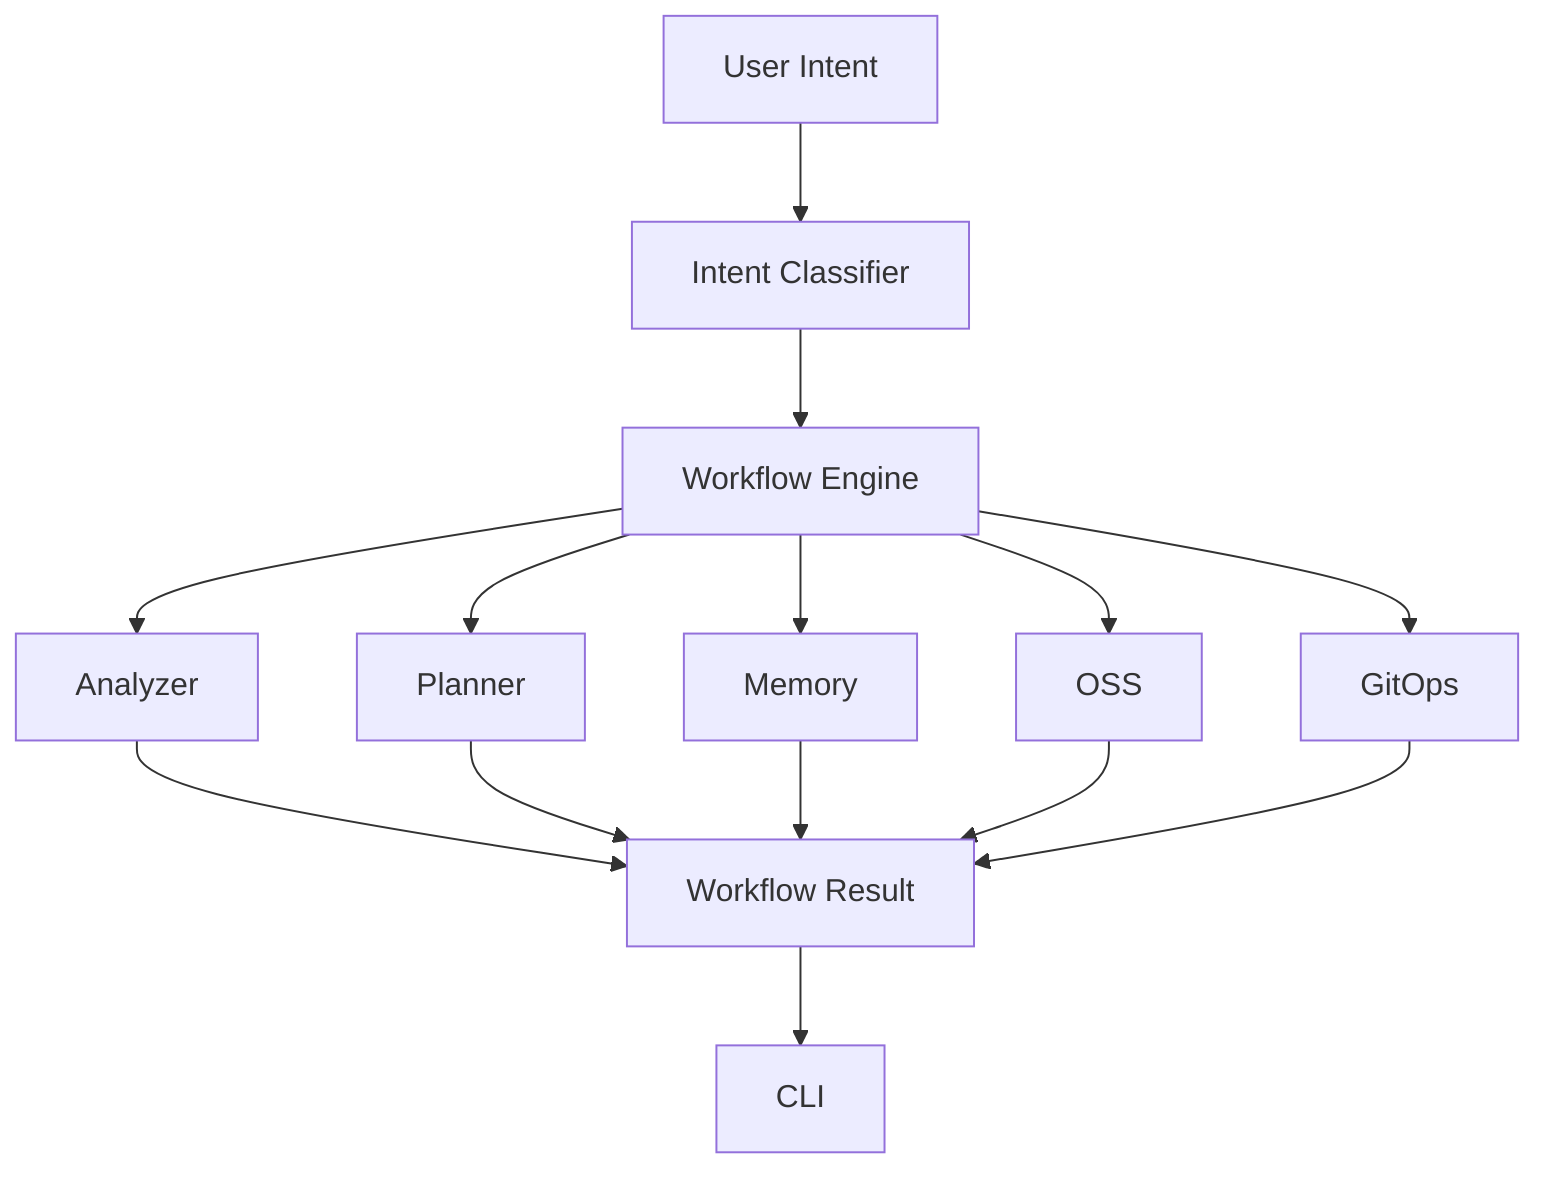
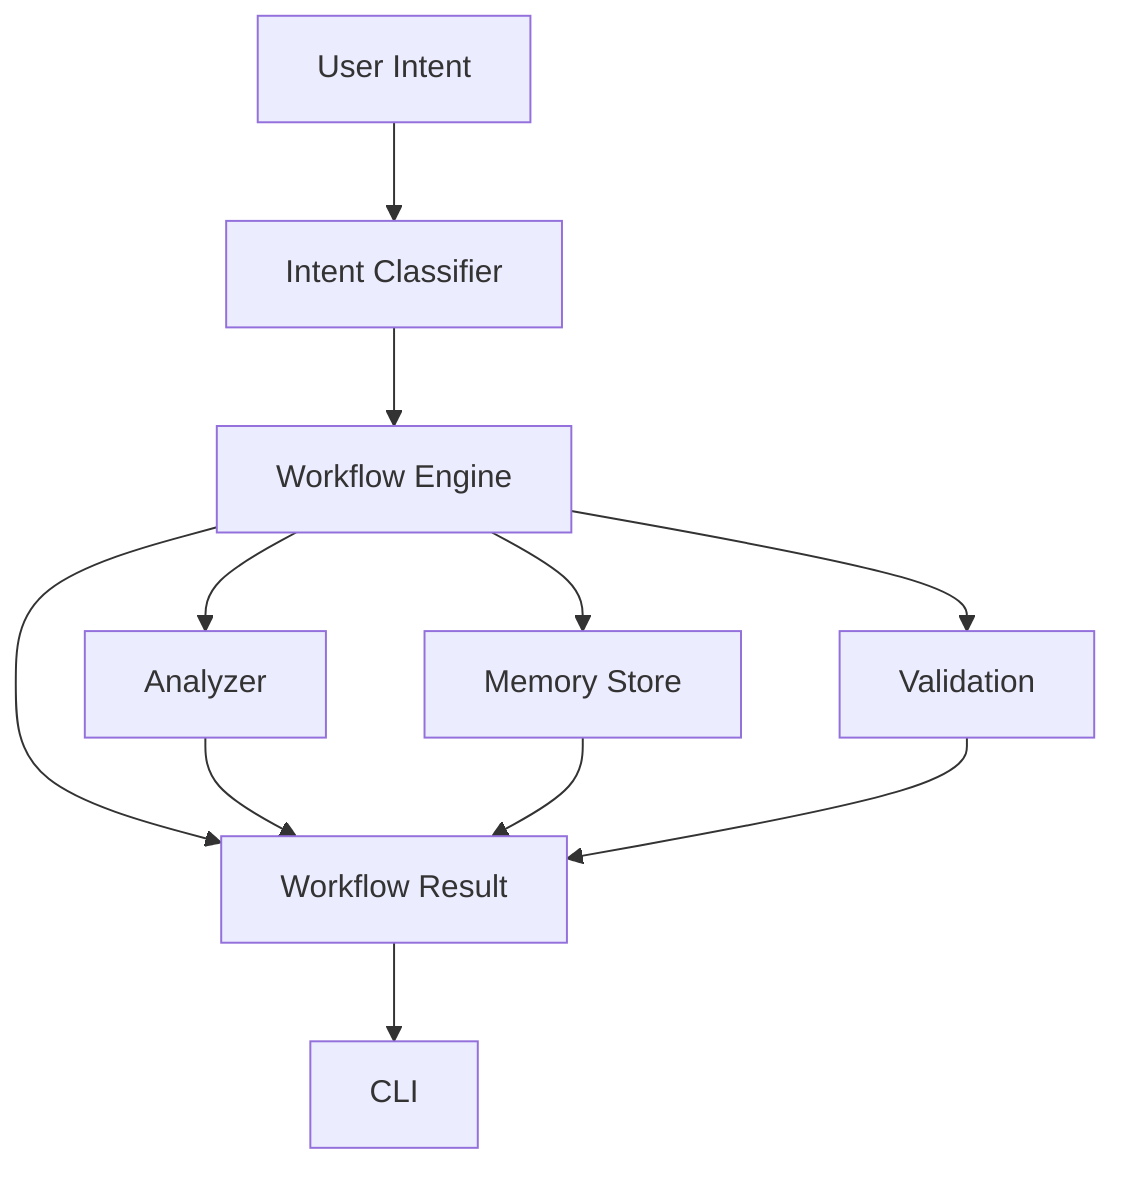
flowchart TD
    A[User Intent] --> B[Intent Classifier]
    B --> C[Workflow Engine]
    C --> D[Analyzer]
-     C --> E[Planner]
-     C --> F[Memory]
-     C --> G[OSS]
-     C --> H[GitOps]
-     D --> I[Workflow Result]
-     E --> I
-     F --> I
-     G --> I
-     H --> I
-     I --> J[CLI]
+     C --> E[Memory Store]
+     C --> F[Validation]
+     C --> G[Workflow Result]
+     D --> G
+     E --> G
+     F --> G
+     G --> H[CLI]
